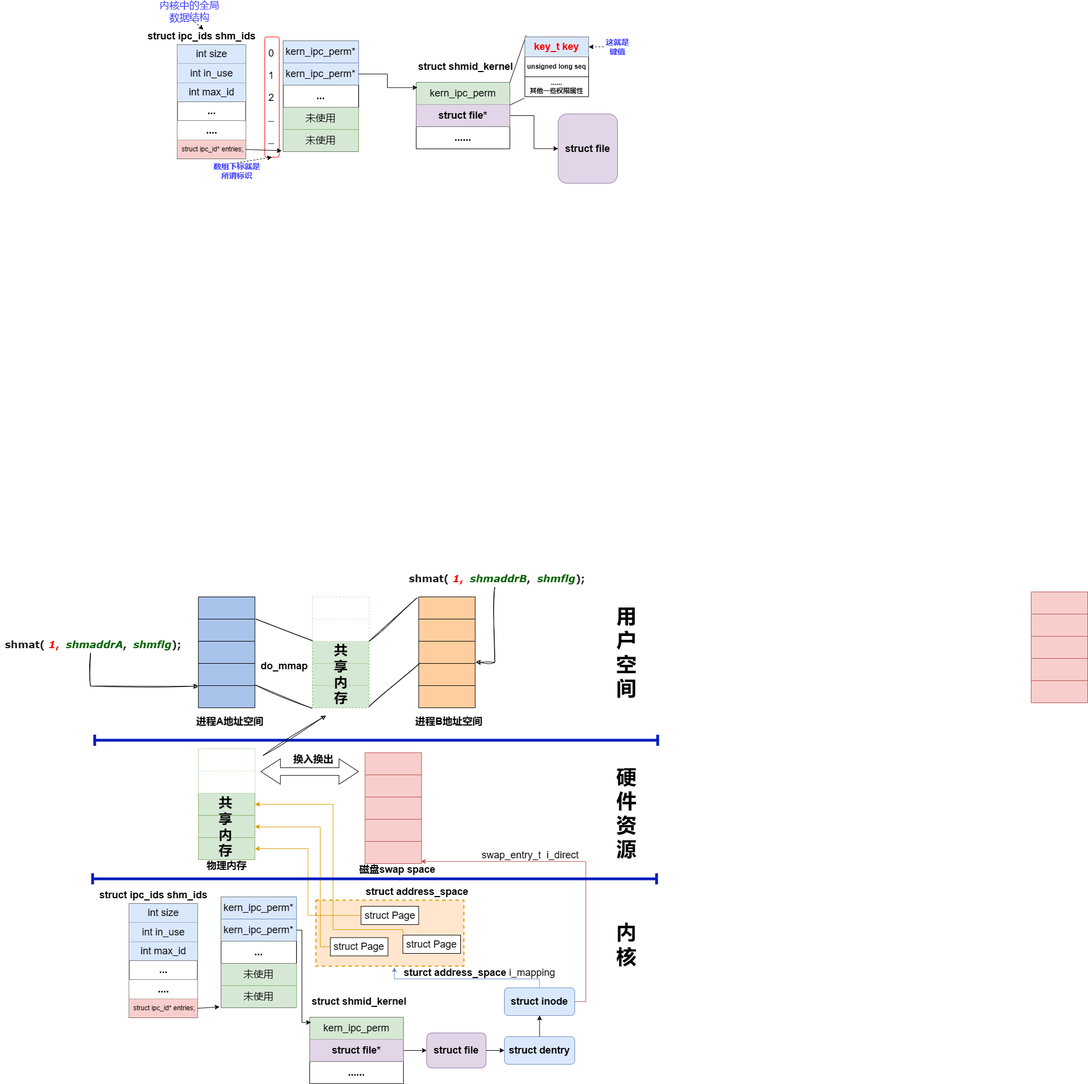
Earlier version of the draw.io export OS/linux内核源代码情景分析/第六章/systemV共享内存.drawio.png (SixPlusAndTimes/drawio). Source tidied: cells renumbered, new cells last; positions are measured from the earlier drawing's top-left corner, leaving out a move shared by most shapes.
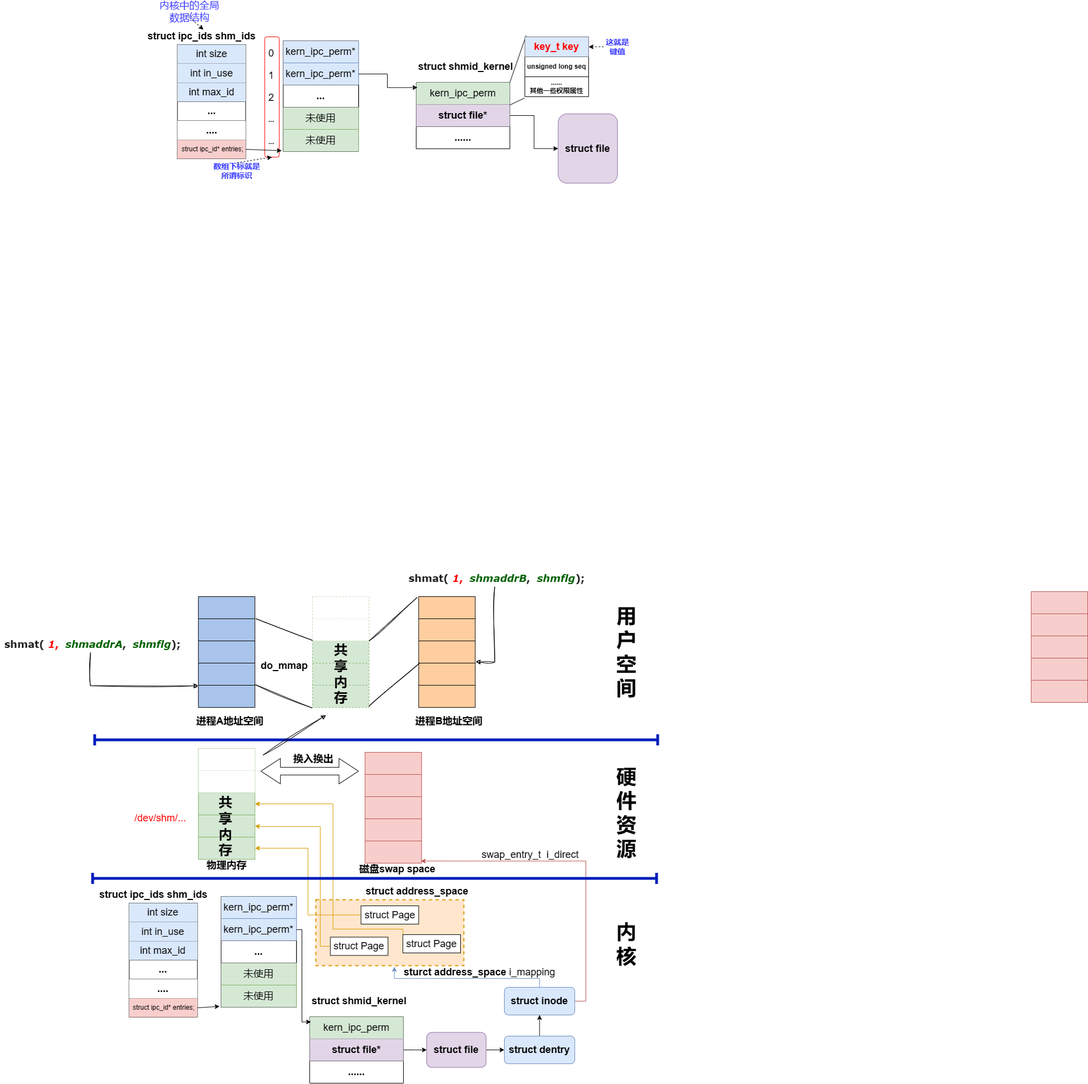
The same diagram one commit later.

Commit message:
更新systemV共享内存.drawio.png

Diff of the diagram source:
```diff
@@ -669,5 +669,8 @@
     <mxCell id="207" value="&lt;b style=&quot;&quot;&gt;&lt;font style=&quot;font-size: 24px;&quot;&gt;共享内存&lt;/font&gt;&lt;/b&gt;" style="text;html=1;strokeColor=none;fillColor=none;align=center;verticalAlign=middle;whiteSpace=wrap;rounded=0;" parent="1" vertex="1">
       <mxGeometry x="322" y="1465" width="44.5" height="30" as="geometry" />
     </mxCell>
+    <mxCell id="208" value="&lt;font color=&quot;#ff0000&quot; style=&quot;font-size: 18px;&quot;&gt;/dev/shm/...&lt;/font&gt;" style="text;html=1;strokeColor=none;fillColor=none;align=center;verticalAlign=middle;whiteSpace=wrap;rounded=0;" parent="1" vertex="1">
+      <mxGeometry x="175" y="1450" width="104" height="30" as="geometry" />
+    </mxCell>
   </root>
 </mxGraphModel>
```
